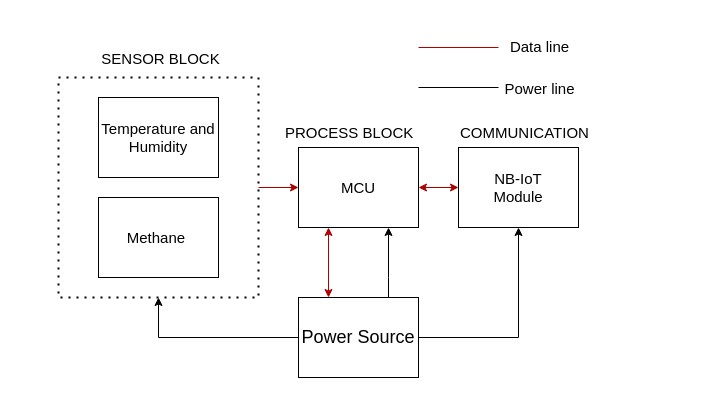
Earlier version of the draw.io diagram Project_overall.drawio (K2ayzz/ForDrawIO). Source tidied: cells renumbered, new cells numbered last; positions are measured from the earlier drawing's top-left corner, leaving out a move shared by most shapes. Both pictures are drawn from the tidied source at 100%, with x=0, y=0 at pixel (58, 47).
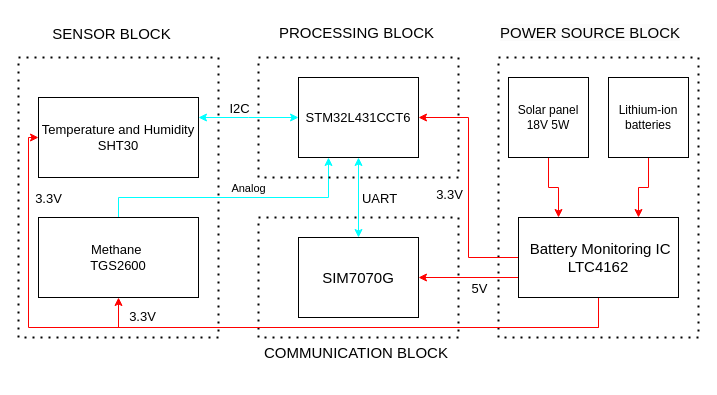
The same page after the edit.

Commit message:
Cập nhật Project_overall.drawio

Change to the diagram source:
```diff
@@
+    <mxCell id="21" style="edgeStyle=orthogonalEdgeStyle;rounded=0;jettySize=auto;html=1;entryX=0.25;entryY=0;entryDx=0;entryDy=0;strokeColor=#FF0000;" parent="1" edge="1" source="2" target="37">
+      <mxGeometry relative="1" as="geometry" />
+    </mxCell>
-    <mxCell id="2" value="&lt;span style=&quot;font-size: 18px;&quot;&gt;Power Source&lt;/span&gt;" style="rounded=0;whiteSpace=wrap;html=1;" parent="1" vertex="1">
-      <mxGeometry x="240" y="250" width="120" height="80" as="geometry" />
+    <mxCell id="2" value="&lt;font style=&quot;font-size: 12px;&quot;&gt;Solar panel 18V 5W&lt;/font&gt;" style="rounded=0;whiteSpace=wrap;html=1;" parent="1" vertex="1">
+      <mxGeometry x="450" y="30" width="80" height="80" as="geometry" />
     </mxCell>
-    <mxCell id="3" style="edgeStyle=orthogonalEdgeStyle;rounded=0;orthogonalLoop=1;jettySize=auto;html=1;fillColor=#f8cecc;gradientColor=#ea6b66;strokeColor=#000000;" parent="1" edge="1">
-      <mxGeometry relative="1" as="geometry">
-        <mxPoint x="240" y="290" as="sourcePoint" />
-        <mxPoint x="100" y="250" as="targetPoint" />
-        <Array as="points">
-          <mxPoint x="240" y="290" />
-          <mxPoint x="100" y="290" />
-        </Array>
-      </mxGeometry>
-    </mxCell>
+    <mxCell id="22" style="edgeStyle=orthogonalEdgeStyle;rounded=0;jettySize=auto;html=1;entryX=0.25;entryY=1;entryDx=0;entryDy=0;fillColor=#dae8fc;strokeColor=#00FFFF;" parent="1" edge="1" source="4" target="5">
+      <mxGeometry relative="1" as="geometry">
+        <Array as="points">
+          <mxPoint x="60" y="150" />
+          <mxPoint x="270" y="150" />
+        </Array>
+      </mxGeometry>
+    </mxCell>
+    <mxCell id="23" value="Analog" style="edgeLabel;html=1;align=center;verticalAlign=middle;" parent="22" vertex="1">
+      <mxGeometry x="0.1" y="2" relative="1" as="geometry">
+        <mxPoint y="-8" as="offset" />
+      </mxGeometry>
+    </mxCell>
-    <mxCell id="4" value="&lt;font style=&quot;font-size: 15px;&quot;&gt;Methane&amp;nbsp;&lt;/font&gt;" style="whiteSpace=wrap;html=1;rounded=0;fontSize=11;" parent="1" vertex="1">
-      <mxGeometry x="40" y="150" width="120" height="80" as="geometry" />
+    <mxCell id="4" value="&lt;font style=&quot;font-size: 13px;&quot;&gt;Methane&amp;nbsp;&lt;/font&gt;&lt;div&gt;&lt;font style=&quot;font-size: 13px;&quot;&gt;TGS2600&lt;/font&gt;&lt;/div&gt;" style="whiteSpace=wrap;html=1;rounded=0;fontSize=11;" parent="1" vertex="1">
+      <mxGeometry x="-20" y="170" width="160" height="80" as="geometry" />
     </mxCell>
-    <mxCell id="5" value="&lt;font style=&quot;font-size: 15px;&quot;&gt;MCU&lt;/font&gt;" style="whiteSpace=wrap;html=1;rounded=0;fontSize=11;" parent="1" vertex="1">
-      <mxGeometry x="240" y="100" width="120" height="80" as="geometry" />
+    <mxCell id="5" value="&lt;font style=&quot;font-size: 13px;&quot;&gt;STM32L431CCT6&lt;/font&gt;" style="whiteSpace=wrap;html=1;rounded=0;fontSize=11;" parent="1" vertex="1">
+      <mxGeometry x="240" y="30" width="120" height="80" as="geometry" />
     </mxCell>
-    <mxCell id="6" value="&lt;font style=&quot;font-size: 15px;&quot;&gt;NB-IoT&lt;/font&gt;&lt;div style=&quot;font-size: 15px;&quot;&gt;&lt;font style=&quot;font-size: 15px;&quot;&gt;Module&lt;/font&gt;&lt;/div&gt;" style="whiteSpace=wrap;html=1;rounded=0;" parent="1" vertex="1">
-      <mxGeometry x="400" y="100" width="120" height="80" as="geometry" />
+    <mxCell id="6" value="&lt;span style=&quot;font-size: 15px;&quot;&gt;SIM7070G&lt;/span&gt;" style="whiteSpace=wrap;html=1;rounded=0;" parent="1" vertex="1">
+      <mxGeometry x="240" y="190" width="120" height="80" as="geometry" />
     </mxCell>
-    <mxCell id="7" style="edgeStyle=orthogonalEdgeStyle;rounded=0;jettySize=auto;html=1;entryX=0.5;entryY=1;entryDx=0;entryDy=0;exitX=1;exitY=0.5;exitDx=0;exitDy=0;fillColor=#f8cecc;gradientColor=#ea6b66;strokeColor=#000000;" parent="1" edge="1" source="2" target="6">
-      <mxGeometry relative="1" as="geometry" />
-    </mxCell>
-    <mxCell id="8" style="endArrow=classic;startArrow=classic;html=1;rounded=0;entryX=0;entryY=0.5;entryDx=0;entryDy=0;exitX=1;exitY=0.5;exitDx=0;exitDy=0;strokeColor=#B20000;fillColor=#e51400;" parent="1" edge="1" source="5" target="6">
-      <mxGeometry relative="1" as="geometry" />
-    </mxCell>
-    <mxCell id="9" style="endArrow=none;html=1;rounded=0;strokeColor=#B20000;fillColor=#e51400;" parent="1" edge="1">
-      <mxGeometry relative="1" as="geometry">
-        <mxPoint x="360" as="sourcePoint" />
-        <mxPoint x="440" as="targetPoint" />
-      </mxGeometry>
-    </mxCell>
-    <mxCell id="10" value="Data line" style="edgeLabel;html=1;align=center;verticalAlign=middle;fontSize=15;" parent="9" vertex="1">
-      <mxGeometry x="0.45" y="2" relative="1" as="geometry">
-        <mxPoint x="62" as="offset" />
-      </mxGeometry>
-    </mxCell>
-    <mxCell id="11" style="endArrow=none;html=1;rounded=0;fillColor=#f8cecc;gradientColor=#ea6b66;strokeColor=#000000;" parent="1" edge="1">
-      <mxGeometry relative="1" as="geometry">
-        <mxPoint x="360" y="40" as="sourcePoint" />
-        <mxPoint x="440" y="40" as="targetPoint" />
-      </mxGeometry>
-    </mxCell>
-    <mxCell id="12" value="Power line" style="edgeLabel;html=1;align=center;verticalAlign=middle;fontSize=15;" parent="11" vertex="1">
-      <mxGeometry x="0.37" y="3" relative="1" as="geometry">
-        <mxPoint x="65" y="3" as="offset" />
-      </mxGeometry>
-    </mxCell>
-    <mxCell id="13" value="&lt;font style=&quot;font-size: 15px;&quot;&gt;Temperature and Humidity&lt;/font&gt;" style="whiteSpace=wrap;html=1;rounded=0;fontSize=11;" parent="1" vertex="1">
-      <mxGeometry x="40" y="50" width="120" height="80" as="geometry" />
+    <mxCell id="13" value="&lt;font style=&quot;font-size: 13px;&quot;&gt;Temperature and Humidity&lt;/font&gt;&lt;div style=&quot;&quot;&gt;&lt;font style=&quot;font-size: 13px;&quot;&gt;SHT30&lt;/font&gt;&lt;/div&gt;" style="whiteSpace=wrap;html=1;rounded=0;fontSize=11;" parent="1" vertex="1">
+      <mxGeometry x="-20" y="50" width="160" height="80" as="geometry" />
     </mxCell>
     <mxCell id="14" style="endArrow=none;dashed=1;html=1;dashPattern=1 3;strokeWidth=2;rounded=0;" parent="1" edge="1">
       <mxGeometry relative="1" as="geometry">
-        <mxPoint y="30" as="sourcePoint" />
-        <mxPoint y="30" as="targetPoint" />
+        <mxPoint x="-40" y="10" as="sourcePoint" />
+        <mxPoint x="-40" y="10" as="targetPoint" />
         <Array as="points">
-          <mxPoint x="200" y="30" />
-          <mxPoint x="200" y="250" />
-          <mxPoint y="250" />
+          <mxPoint x="160" y="10" />
+          <mxPoint x="160" y="290" />
+          <mxPoint x="-40" y="290" />
         </Array>
       </mxGeometry>
     </mxCell>
     <mxCell id="15" value="&lt;font style=&quot;font-size: 15px;&quot;&gt;SENSOR BLOCK&lt;/font&gt;" style="edgeLabel;html=1;align=center;verticalAlign=middle;" parent="14" vertex="1">
       <mxGeometry x="-0.84" y="-1" relative="1" as="geometry">
-        <mxPoint x="34" y="-21" as="offset" />
+        <mxPoint x="15" y="-26" as="offset" />
       </mxGeometry>
     </mxCell>
-    <mxCell id="16" style="endArrow=classic;html=1;rounded=0;entryX=0;entryY=0.5;entryDx=0;entryDy=0;fillColor=#e51400;strokeColor=#B20000;" parent="1" edge="1" target="5">
-      <mxGeometry relative="1" as="geometry">
-        <mxPoint x="200" y="140" as="sourcePoint" />
-        <Array as="points">
-          <mxPoint x="240" y="140" />
-        </Array>
-      </mxGeometry>
-    </mxCell>
-    <mxCell id="17" value="&lt;div style=&quot;text-align: center;&quot;&gt;&lt;span style=&quot;background-color: initial; font-size: 15px;&quot;&gt;PROCESS BLOCK&lt;/span&gt;&lt;/div&gt;" style="text;whiteSpace=wrap;html=1;" parent="1" vertex="1">
-      <mxGeometry x="225" y="70" width="150" height="30" as="geometry" />
+    <mxCell id="17" value="&lt;div style=&quot;text-align: center;&quot;&gt;&lt;span style=&quot;background-color: initial; font-size: 15px;&quot;&gt;PROCESSING BLOCK&lt;/span&gt;&lt;/div&gt;" style="text;whiteSpace=wrap;html=1;" parent="1" vertex="1">
+      <mxGeometry x="219" y="-30" width="181" height="30" as="geometry" />
     </mxCell>
-    <mxCell id="18" value="&lt;div style=&quot;text-align: center;&quot;&gt;&lt;span style=&quot;background-color: initial; font-size: 15px;&quot;&gt;COMMUNICATION&lt;/span&gt;&lt;/div&gt;" style="text;whiteSpace=wrap;html=1;" parent="1" vertex="1">
-      <mxGeometry x="400" y="70" width="110" height="40" as="geometry" />
+    <mxCell id="18" value="&lt;div style=&quot;text-align: center;&quot;&gt;&lt;span style=&quot;background-color: initial; font-size: 15px;&quot;&gt;COMMUNICATION BLOCK&lt;/span&gt;&lt;/div&gt;" style="text;whiteSpace=wrap;html=1;" parent="1" vertex="1">
+      <mxGeometry x="204" y="290" width="211" height="40" as="geometry" />
     </mxCell>
-    <mxCell id="19" style="endArrow=classic;startArrow=classic;html=1;rounded=0;exitX=0.25;exitY=1;exitDx=0;exitDy=0;strokeColor=#B20000;fillColor=#e51400;" parent="1" edge="1" source="5">
-      <mxGeometry relative="1" as="geometry">
-        <mxPoint x="270" y="250" as="targetPoint" />
-      </mxGeometry>
-    </mxCell>
-    <mxCell id="20" style="edgeStyle=orthogonalEdgeStyle;rounded=0;jettySize=auto;html=1;entryX=0.75;entryY=1;entryDx=0;entryDy=0;fillColor=#f8cecc;gradientColor=#ea6b66;strokeColor=#000000;" parent="1" edge="1" target="5">
-      <mxGeometry relative="1" as="geometry">
-        <mxPoint x="330" y="250" as="sourcePoint" />
-        <Array as="points">
-          <mxPoint x="330" y="230" />
-          <mxPoint x="330" y="230" />
-        </Array>
-      </mxGeometry>
-    </mxCell>
+    <mxCell id="24" style="endArrow=none;dashed=1;html=1;dashPattern=1 3;strokeWidth=2;rounded=0;" parent="1" edge="1">
+      <mxGeometry relative="1" as="geometry">
+        <mxPoint x="200" y="10" as="sourcePoint" />
+        <mxPoint x="200" y="10" as="targetPoint" />
+        <Array as="points">
+          <mxPoint x="400" y="10" />
+          <mxPoint x="400" y="130" />
+          <mxPoint x="200" y="130" />
+        </Array>
+      </mxGeometry>
+    </mxCell>
+    <mxCell id="25" style="endArrow=none;dashed=1;html=1;dashPattern=1 3;strokeWidth=2;rounded=0;" parent="1" edge="1">
+      <mxGeometry relative="1" as="geometry">
+        <mxPoint x="200" y="170" as="sourcePoint" />
+        <mxPoint x="200" y="170" as="targetPoint" />
+        <Array as="points">
+          <mxPoint x="400" y="170" />
+          <mxPoint x="400" y="290" />
+          <mxPoint x="200" y="290" />
+        </Array>
+      </mxGeometry>
+    </mxCell>
+    <mxCell id="26" style="endArrow=none;dashed=1;html=1;dashPattern=1 3;strokeWidth=2;rounded=0;" parent="1" edge="1">
+      <mxGeometry relative="1" as="geometry">
+        <mxPoint x="440" y="10" as="sourcePoint" />
+        <mxPoint x="440" y="10" as="targetPoint" />
+        <Array as="points">
+          <mxPoint x="640" y="10" />
+          <mxPoint x="640" y="290" />
+          <mxPoint x="440" y="290" />
+        </Array>
+      </mxGeometry>
+    </mxCell>
+    <mxCell id="27" value="&lt;span style=&quot;color: rgb(0, 0, 0); font-family: Helvetica; font-size: 15px; font-style: normal; font-variant-ligatures: normal; font-variant-caps: normal; font-weight: 400; letter-spacing: normal; orphans: 2; text-align: center; text-indent: 0px; text-transform: none; widows: 2; word-spacing: 0px; -webkit-text-stroke-width: 0px; white-space: normal; background-color: rgb(251, 251, 251); text-decoration-thickness: initial; text-decoration-style: initial; text-decoration-color: initial; display: inline !important; float: none;&quot;&gt;POWER SOURCE BLOCK&lt;/span&gt;" style="text;whiteSpace=wrap;html=1;" parent="1" vertex="1">
+      <mxGeometry x="440" y="-30" width="190" height="40" as="geometry" />
+    </mxCell>
+    <mxCell id="28" style="edgeStyle=orthogonalEdgeStyle;rounded=0;jettySize=auto;html=1;entryX=0.75;entryY=0;entryDx=0;entryDy=0;strokeColor=#FF0000;" parent="1" edge="1" source="29" target="37">
+      <mxGeometry relative="1" as="geometry" />
+    </mxCell>
+    <mxCell id="29" value="Lithium-ion batteries" style="rounded=0;whiteSpace=wrap;html=1;" parent="1" vertex="1">
+      <mxGeometry x="550" y="30" width="80" height="80" as="geometry" />
+    </mxCell>
+    <mxCell id="30" style="edgeStyle=orthogonalEdgeStyle;rounded=0;jettySize=auto;html=1;exitX=0;exitY=0.75;exitDx=0;exitDy=0;strokeColor=#FF0000;" parent="1" edge="1" source="37" target="6">
+      <mxGeometry relative="1" as="geometry" />
+    </mxCell>
+    <mxCell id="31" value="5V" style="edgeLabel;html=1;align=center;verticalAlign=middle;fontSize=13;" parent="30" vertex="1">
+      <mxGeometry x="-0.37" y="-2" relative="1" as="geometry">
+        <mxPoint x="-8" y="12" as="offset" />
+      </mxGeometry>
+    </mxCell>
+    <mxCell id="32" style="edgeStyle=orthogonalEdgeStyle;rounded=0;jettySize=auto;html=1;entryX=1;entryY=0.5;entryDx=0;entryDy=0;strokeColor=#FF0000;" parent="1" edge="1" source="37" target="5">
+      <mxGeometry relative="1" as="geometry" />
+    </mxCell>
+    <mxCell id="33" value="3.3V" style="edgeLabel;html=1;align=center;verticalAlign=middle;fontSize=13;" parent="32" vertex="1">
+      <mxGeometry x="-0.05" y="-1" relative="1" as="geometry">
+        <mxPoint x="-21" as="offset" />
+      </mxGeometry>
+    </mxCell>
+    <mxCell id="34" style="edgeStyle=orthogonalEdgeStyle;rounded=0;jettySize=auto;html=1;entryX=0.5;entryY=1;entryDx=0;entryDy=0;strokeColor=#FF0000;" parent="1" edge="1" source="37" target="4">
+      <mxGeometry relative="1" as="geometry">
+        <Array as="points">
+          <mxPoint x="540" y="280" />
+          <mxPoint x="60" y="280" />
+        </Array>
+      </mxGeometry>
+    </mxCell>
+    <mxCell id="35" value="&lt;font style=&quot;font-size: 13px;&quot;&gt;3.3V&lt;/font&gt;" style="edgeLabel;html=1;align=center;verticalAlign=middle;" parent="34" vertex="1">
+      <mxGeometry x="-0.45" y="-2" relative="1" as="geometry">
+        <mxPoint x="-432" y="-128" as="offset" />
+      </mxGeometry>
+    </mxCell>
+    <mxCell id="36" style="edgeStyle=orthogonalEdgeStyle;rounded=0;jettySize=auto;html=1;entryX=0;entryY=0.5;entryDx=0;entryDy=0;strokeColor=#FF0000;" parent="1" edge="1" source="37" target="13">
+      <mxGeometry relative="1" as="geometry">
+        <Array as="points">
+          <mxPoint x="540" y="280" />
+          <mxPoint x="-30" y="280" />
+          <mxPoint x="-30" y="90" />
+        </Array>
+      </mxGeometry>
+    </mxCell>
+    <mxCell id="37" value="&lt;span style=&quot;font-size: 15px;&quot;&gt;&amp;nbsp;Battery Monitoring IC LTC4162&lt;/span&gt;" style="whiteSpace=wrap;html=1;rounded=0;" parent="1" vertex="1">
+      <mxGeometry x="460" y="170" width="160" height="80" as="geometry" />
+    </mxCell>
+    <mxCell id="38" style="endArrow=classic;startArrow=classic;html=1;rounded=0;entryX=0.5;entryY=1;entryDx=0;entryDy=0;exitX=0.5;exitY=0;exitDx=0;exitDy=0;fillColor=#dae8fc;strokeColor=#00FFFF;" parent="1" edge="1" source="6" target="5">
+      <mxGeometry relative="1" as="geometry" />
+    </mxCell>
+    <mxCell id="39" value="&lt;font style=&quot;font-size: 13px;&quot;&gt;UART&lt;/font&gt;" style="edgeLabel;html=1;align=center;verticalAlign=middle;" parent="38" vertex="1">
+      <mxGeometry x="0.17" relative="1" as="geometry">
+        <mxPoint x="20" y="7" as="offset" />
+      </mxGeometry>
+    </mxCell>
+    <mxCell id="40" style="endArrow=classic;startArrow=classic;html=1;rounded=0;entryX=0;entryY=0.5;entryDx=0;entryDy=0;exitX=1;exitY=0.25;exitDx=0;exitDy=0;fillColor=#dae8fc;strokeColor=#00FFFF;" parent="1" edge="1" source="13" target="5">
+      <mxGeometry relative="1" as="geometry">
+        <Array as="points">
+          <mxPoint x="190" y="70" />
+        </Array>
+      </mxGeometry>
+    </mxCell>
+    <mxCell id="41" value="&lt;font style=&quot;font-size: 13px;&quot;&gt;I2C&lt;/font&gt;" style="edgeLabel;html=1;align=center;verticalAlign=middle;" parent="40" vertex="1">
+      <mxGeometry x="0.17" relative="1" as="geometry">
+        <mxPoint x="-19" y="-10" as="offset" />
+      </mxGeometry>
+    </mxCell>
+    <mxCell id="42" value="&lt;font style=&quot;font-size: 13px;&quot;&gt;3.3V&lt;/font&gt;" style="edgeLabel;html=1;align=center;verticalAlign=middle;" parent="1" vertex="1">
+      <mxGeometry y="150" as="geometry">
+        <mxPoint x="83" y="118" as="offset" />
+      </mxGeometry>
+    </mxCell>
```
